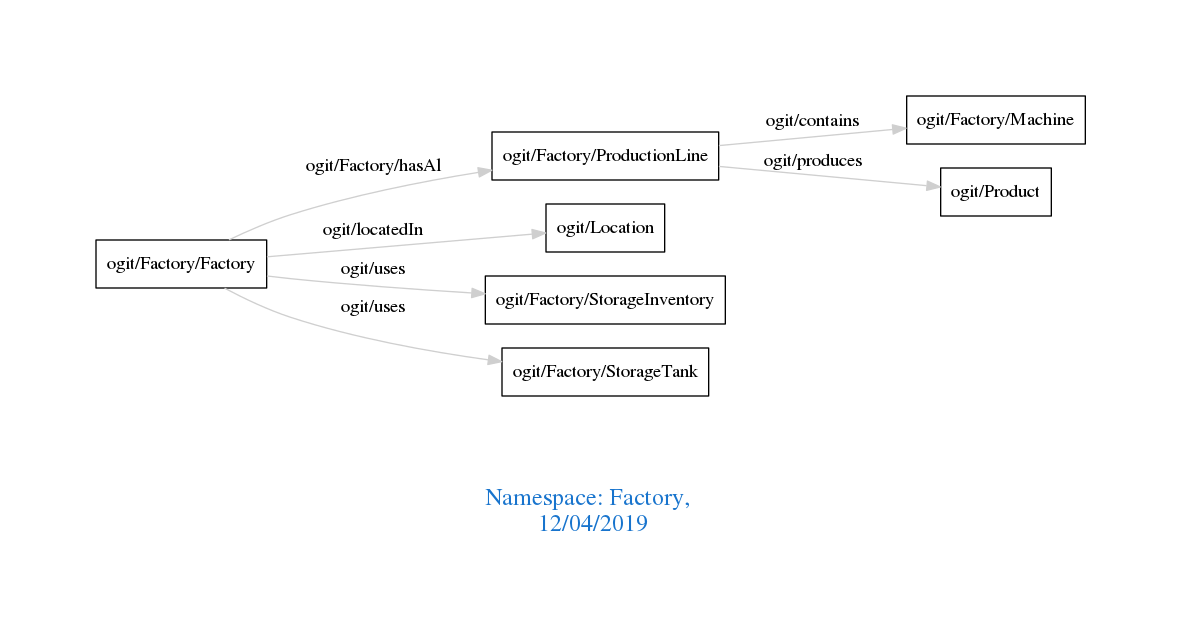
The Graphviz diagram downloads/Factory.png in arago/OGIT, before a commit. Its source is kept beside it as downloads/Factory.dot.
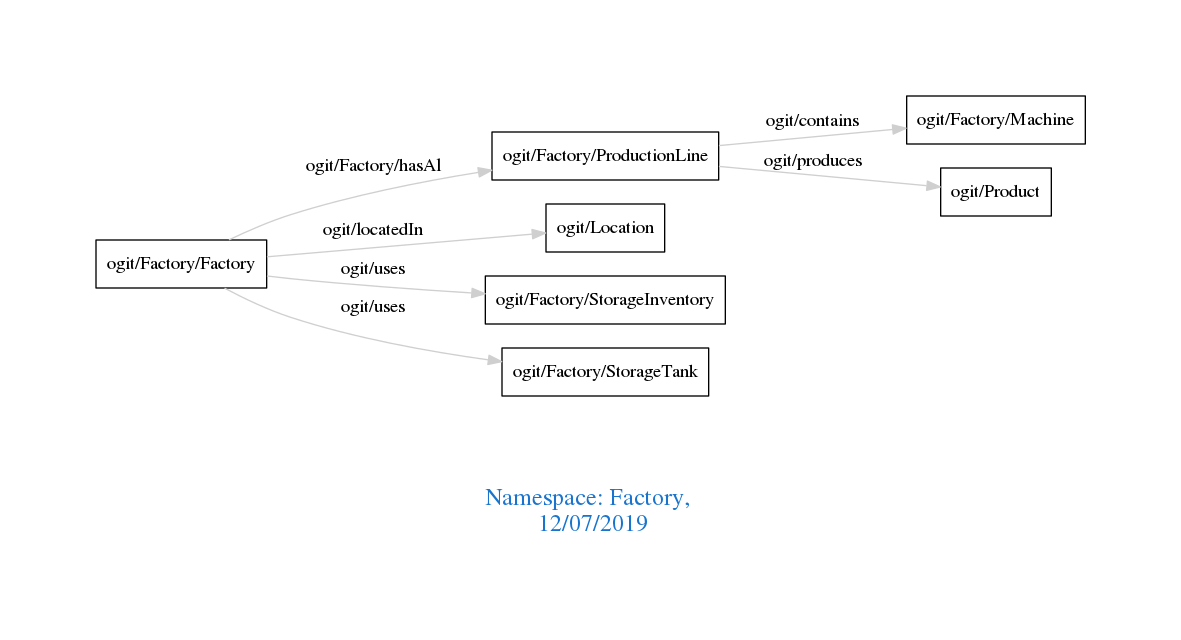
After the commit.

The edit, as a diff of the source:
```diff
@@ -1,7 +1,7 @@
 digraph OGIT_ontology {
  graph [ rankdir= LR,pad=1
 fontsize = 18,
-fontcolor= dodgerblue3,label = "\n\n\nNamespace: Factory, \n 12/04/2019"];
+fontcolor= dodgerblue3,label = "\n\n\nNamespace: Factory, \n 12/07/2019"];
 node[shape=polygon];
 edge [  color="gray81"];
 
```
